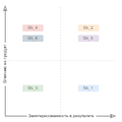
mxmntv/arch keeps this draw.io diagram as img/stakeholders_mx.png. Above is the earlier version. Source tidied: cells renumbered, new cells last; positions are measured from the earlier drawing's top-left corner, leaving out a move shared by most shapes.
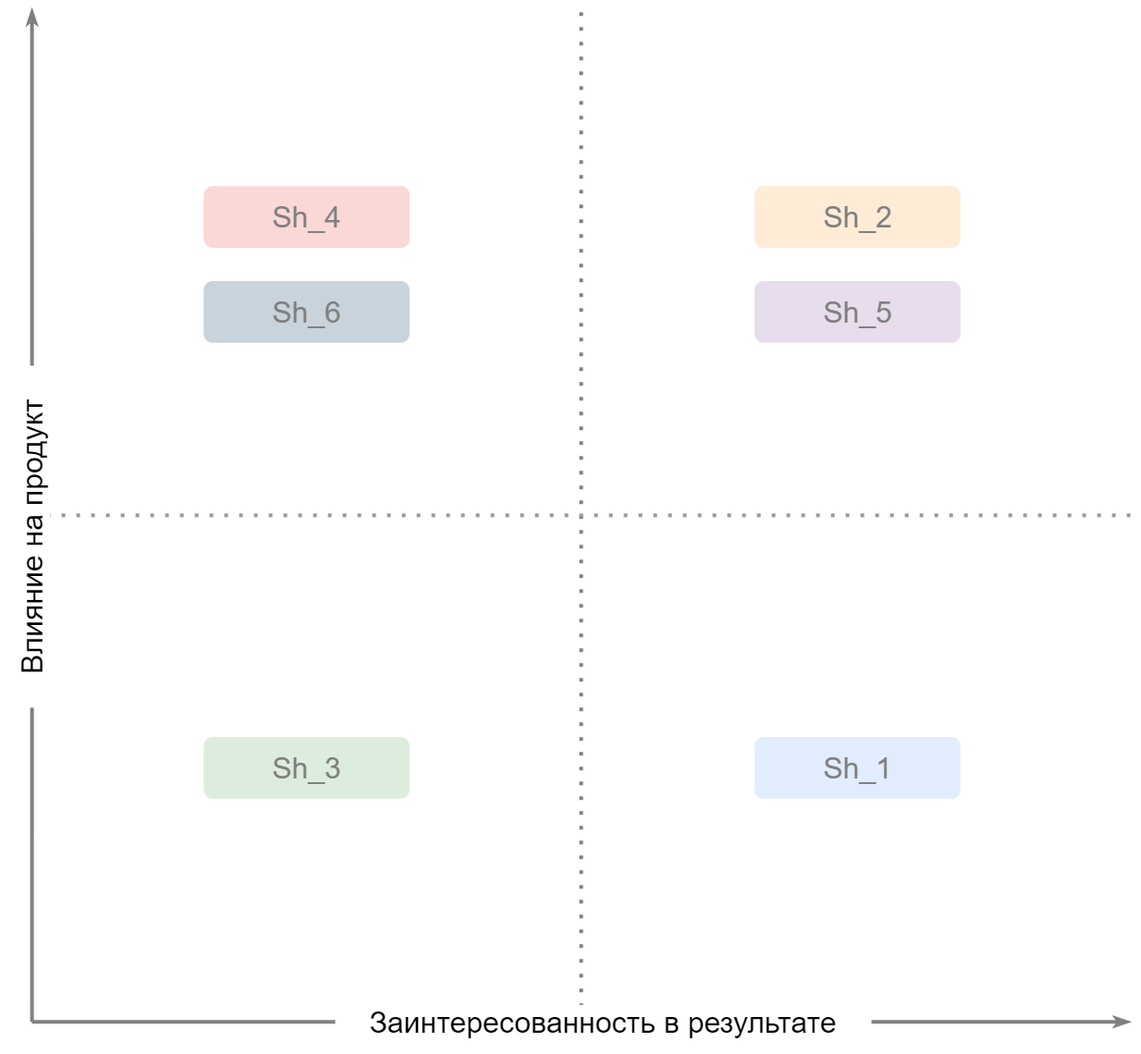
Above is the later version.

Commit message:
Add stakeholders matrix

What changed in the source:
```diff
@@ -2,61 +2,61 @@
   <root>
     <mxCell id="0" />
     <mxCell id="1" parent="0" />
-    <mxCell id="2" style="endArrow=none;dashed=1;html=1;dashPattern=1 3;strokeWidth=1;rounded=0;strokeColor=#CCCCCC;" parent="1" edge="1">
-      <mxGeometry relative="1" as="geometry">
-        <mxPoint x="111" y="160" as="sourcePoint" />
-        <mxPoint x="111" as="targetPoint" />
+    <mxCell id="2" style="endArrow=none;dashed=1;html=1;dashPattern=1 3;strokeWidth=4;rounded=0;strokeColor=#808080;" parent="1" edge="1">
+      <mxGeometry x="392" y="47" as="geometry">
+        <mxPoint x="974.1" y="1102.8" as="sourcePoint" />
+        <mxPoint x="974.1" y="7" as="targetPoint" />
       </mxGeometry>
     </mxCell>
-    <mxCell id="3" style="endArrow=classicThin;html=1;rounded=0;startArrow=none;fontSize=6;endFill=0;strokeColor=#808080;" parent="1" edge="1" source="7">
-      <mxGeometry relative="1" as="geometry">
-        <mxPoint x="31" as="targetPoint" />
+    <mxCell id="3" style="endArrow=classicThin;html=1;rounded=0;startArrow=none;fontSize=6;endFill=0;strokeColor=#808080;strokeWidth=4;" parent="1" edge="1" source="7">
+      <mxGeometry x="392" y="47" as="geometry">
+        <mxPoint x="380.1" y="7" as="targetPoint" />
       </mxGeometry>
     </mxCell>
-    <mxCell id="4" style="endArrow=classicThin;html=1;rounded=0;startArrow=none;exitX=1;exitY=0.5;exitDx=0;exitDy=0;endFill=0;strokeColor=#808080;" parent="1" edge="1" source="8">
-      <mxGeometry relative="1" as="geometry">
-        <mxPoint x="191" y="160" as="targetPoint" />
+    <mxCell id="4" style="endArrow=classicThin;html=1;rounded=0;startArrow=none;exitX=1;exitY=0.5;exitDx=0;exitDy=0;endFill=0;strokeColor=#808080;strokeWidth=4;" parent="1" edge="1" source="8">
+      <mxGeometry x="392" y="47" as="geometry">
+        <mxPoint x="1568" y="1102.8" as="targetPoint" />
       </mxGeometry>
     </mxCell>
-    <mxCell id="5" style="endArrow=none;dashed=1;html=1;dashPattern=1 3;strokeWidth=1;rounded=0;strokeColor=#CCCCCC;" parent="1" edge="1">
-      <mxGeometry relative="1" as="geometry">
-        <mxPoint x="31" y="80" as="sourcePoint" />
-        <mxPoint x="191" y="80" as="targetPoint" />
+    <mxCell id="5" style="endArrow=none;dashed=1;html=1;dashPattern=1 3;strokeWidth=4;rounded=0;strokeColor=#999999;" parent="1" edge="1">
+      <mxGeometry x="392" y="47" as="geometry">
+        <mxPoint x="380.1" y="554.9" as="sourcePoint" />
+        <mxPoint x="1568" y="554.9" as="targetPoint" />
       </mxGeometry>
     </mxCell>
-    <mxCell id="6" style="endArrow=none;html=1;rounded=0;strokeColor=#808080;" parent="1" edge="1" target="7">
-      <mxGeometry relative="1" as="geometry">
-        <mxPoint x="31" y="160" as="sourcePoint" />
+    <mxCell id="6" style="endArrow=none;html=1;rounded=0;strokeColor=#808080;strokeWidth=4;" parent="1" edge="1" target="7">
+      <mxGeometry x="392" y="47" as="geometry">
+        <mxPoint x="380.1" y="1102.8" as="sourcePoint" />
       </mxGeometry>
     </mxCell>
-    <mxCell id="7" value="Влияние на продукт" style="text;html=1;strokeColor=none;fillColor=none;align=center;verticalAlign=middle;whiteSpace=wrap;rounded=0;fontSize=6;labelBackgroundColor=default;rotation=-90;" parent="1" vertex="1">
-      <mxGeometry x="-0.2" y="80.2" width="62.5" height="10" as="geometry" />
+    <mxCell id="7" value="Влияние на продукт" style="text;html=1;strokeColor=none;fillColor=none;align=center;verticalAlign=middle;whiteSpace=wrap;rounded=0;fontSize=32;labelBackgroundColor=default;rotation=-90;" parent="1" vertex="1">
+      <mxGeometry x="195.2" y="543.8" width="369.9" height="68.5" as="geometry" />
     </mxCell>
-    <mxCell id="8" value="Заинтересованность в результате" style="text;html=1;strokeColor=none;fillColor=none;align=center;verticalAlign=middle;whiteSpace=wrap;rounded=0;fontSize=6;labelBackgroundColor=default;" parent="1" vertex="1">
-      <mxGeometry x="62.2" y="155" width="100" height="10" as="geometry" />
+    <mxCell id="8" value="Заинтересованность в результате" style="text;html=1;strokeColor=none;fillColor=none;align=center;verticalAlign=middle;whiteSpace=wrap;rounded=0;fontSize=32;labelBackgroundColor=default;" parent="1" vertex="1">
+      <mxGeometry x="708" y="1068.5" width="580" height="68.5" as="geometry" />
     </mxCell>
-    <mxCell id="9" style="endArrow=none;html=1;rounded=0;strokeColor=#808080;" parent="1" edge="1" target="8">
-      <mxGeometry relative="1" as="geometry">
-        <mxPoint x="31" y="160" as="sourcePoint" />
+    <mxCell id="9" style="endArrow=none;html=1;rounded=0;strokeColor=#808080;strokeWidth=4;" parent="1" edge="1" target="8">
+      <mxGeometry x="392" y="47" as="geometry">
+        <mxPoint x="380.1" y="1102.8" as="sourcePoint" />
       </mxGeometry>
     </mxCell>
-    <mxCell id="10" value="&lt;font color=&quot;#808080&quot;&gt;Sh_1&lt;/font&gt;" style="rounded=1;whiteSpace=wrap;html=1;labelBackgroundColor=none;fontSize=6;strokeColor=none;fillColor=#dae8fc;opacity=80;" parent="1" vertex="1">
-      <mxGeometry x="136.2" y="115" width="30" height="9.8" as="geometry" />
+    <mxCell id="10" value="&lt;font color=&quot;#808080&quot; style=&quot;font-size: 32px;&quot;&gt;Sh_1&lt;/font&gt;" style="rounded=1;whiteSpace=wrap;html=1;labelBackgroundColor=none;fontSize=32;strokeColor=none;fillColor=#dae8fc;opacity=80;" parent="1" vertex="1">
+      <mxGeometry x="1161.5" y="794.6" width="222.7" height="66.8" as="geometry" />
     </mxCell>
-    <mxCell id="11" value="&lt;font color=&quot;#808080&quot;&gt;Sh_2&lt;/font&gt;" style="rounded=1;whiteSpace=wrap;html=1;labelBackgroundColor=none;fontSize=6;strokeColor=none;fillColor=#ffe6cc;opacity=80;" parent="1" vertex="1">
-      <mxGeometry x="136.2" y="28" width="30" height="9.8" as="geometry" />
+    <mxCell id="11" value="&lt;font color=&quot;#808080&quot; style=&quot;font-size: 32px;&quot;&gt;Sh_2&lt;/font&gt;" style="rounded=1;whiteSpace=wrap;html=1;labelBackgroundColor=none;fontSize=32;strokeColor=none;fillColor=#ffe6cc;opacity=80;" parent="1" vertex="1">
+      <mxGeometry x="1161.5" y="198.8" width="222.7" height="66.8" as="geometry" />
     </mxCell>
-    <mxCell id="12" value="&lt;font color=&quot;#808080&quot;&gt;Sh_3&lt;/font&gt;" style="rounded=1;whiteSpace=wrap;html=1;labelBackgroundColor=none;fontSize=6;strokeColor=none;fillColor=#d5e8d4;opacity=80;" parent="1" vertex="1">
-      <mxGeometry x="56" y="115" width="30" height="9.8" as="geometry" />
+    <mxCell id="12" value="&lt;font color=&quot;#808080&quot; style=&quot;font-size: 32px;&quot;&gt;Sh_3&lt;/font&gt;" style="rounded=1;whiteSpace=wrap;html=1;labelBackgroundColor=none;fontSize=32;strokeColor=none;fillColor=#d5e8d4;opacity=80;" parent="1" vertex="1">
+      <mxGeometry x="565.7" y="794.6" width="222.7" height="66.8" as="geometry" />
     </mxCell>
-    <mxCell id="13" value="&lt;font color=&quot;#808080&quot;&gt;Sh_4&lt;/font&gt;" style="rounded=1;whiteSpace=wrap;html=1;labelBackgroundColor=none;fontSize=6;strokeColor=none;fillColor=#f8cecc;opacity=80;" parent="1" vertex="1">
-      <mxGeometry x="56" y="28" width="30" height="9.8" as="geometry" />
+    <mxCell id="13" value="&lt;font color=&quot;#808080&quot; style=&quot;font-size: 32px;&quot;&gt;Sh_4&lt;/font&gt;" style="rounded=1;whiteSpace=wrap;html=1;labelBackgroundColor=none;fontSize=32;strokeColor=none;fillColor=#f8cecc;opacity=80;" parent="1" vertex="1">
+      <mxGeometry x="565.7" y="198.8" width="222.7" height="66.8" as="geometry" />
     </mxCell>
-    <mxCell id="14" value="&lt;font color=&quot;#808080&quot;&gt;Sh_5&lt;/font&gt;" style="rounded=1;whiteSpace=wrap;html=1;labelBackgroundColor=none;fontSize=6;strokeColor=none;fillColor=#e1d5e7;opacity=80;" parent="1" vertex="1">
-      <mxGeometry x="136.2" y="43" width="30" height="9.8" as="geometry" />
+    <mxCell id="14" value="&lt;font color=&quot;#808080&quot; style=&quot;font-size: 32px;&quot;&gt;Sh_5&lt;/font&gt;" style="rounded=1;whiteSpace=wrap;html=1;labelBackgroundColor=none;fontSize=32;strokeColor=none;fillColor=#e1d5e7;opacity=80;" parent="1" vertex="1">
+      <mxGeometry x="1161.5" y="301.5" width="222.7" height="66.8" as="geometry" />
     </mxCell>
-    <mxCell id="15" value="&lt;font color=&quot;#808080&quot;&gt;Sh_6&lt;/font&gt;" style="rounded=1;whiteSpace=wrap;html=1;labelBackgroundColor=none;fontSize=6;strokeColor=none;fillColor=#bac8d3;opacity=80;" parent="1" vertex="1">
-      <mxGeometry x="56" y="43" width="30" height="9.8" as="geometry" />
+    <mxCell id="15" value="&lt;font color=&quot;#808080&quot; style=&quot;font-size: 32px;&quot;&gt;Sh_6&lt;/font&gt;" style="rounded=1;whiteSpace=wrap;html=1;labelBackgroundColor=none;fontSize=32;strokeColor=none;fillColor=#bac8d3;opacity=80;" parent="1" vertex="1">
+      <mxGeometry x="565.7" y="301.5" width="222.7" height="66.8" as="geometry" />
     </mxCell>
   </root>
 </mxGraphModel>
```
